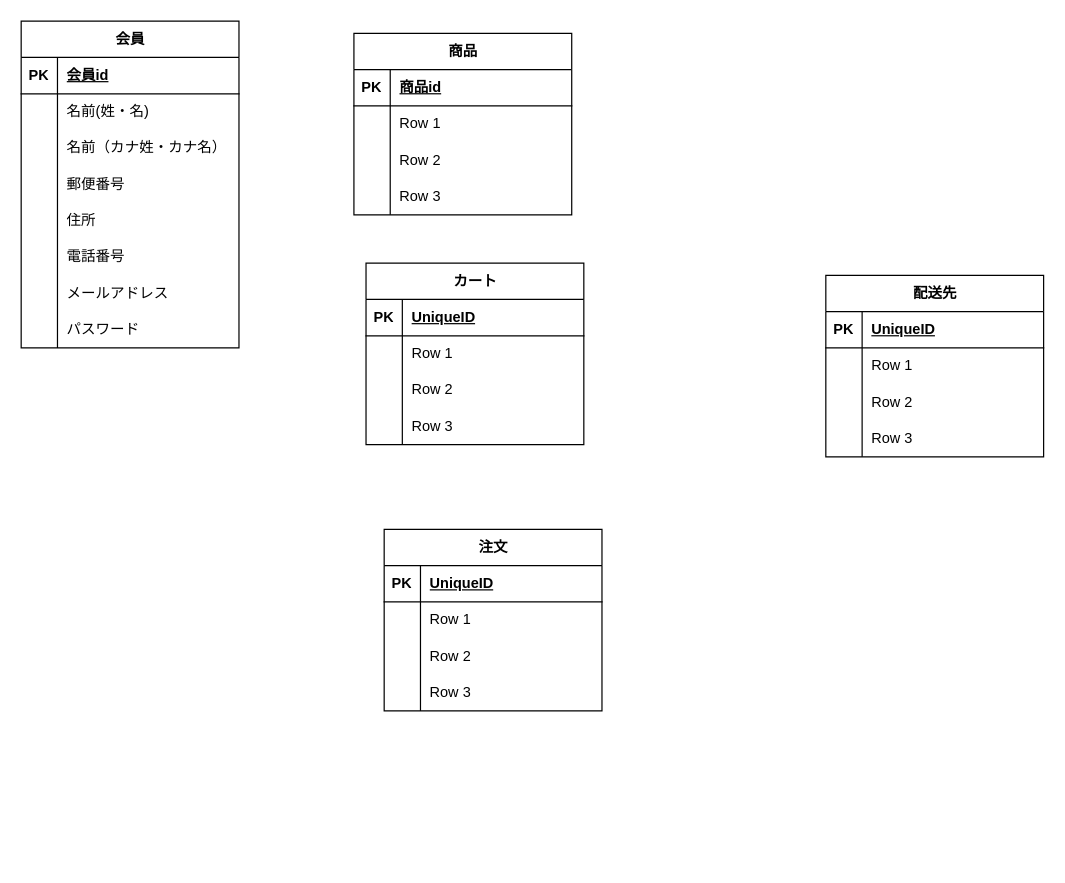
Before: 名称未設定ファイル.drawio in vermouthA28/naganocake, a draw.io diagram. Source tidied: cells renumbered, new cells numbered last; positions are measured from the earlier drawing's top-left corner, leaving out a move shared by most shapes. Both pictures are drawn from the tidied source at 121%, with x=0, y=0 at pixel (21, 21).
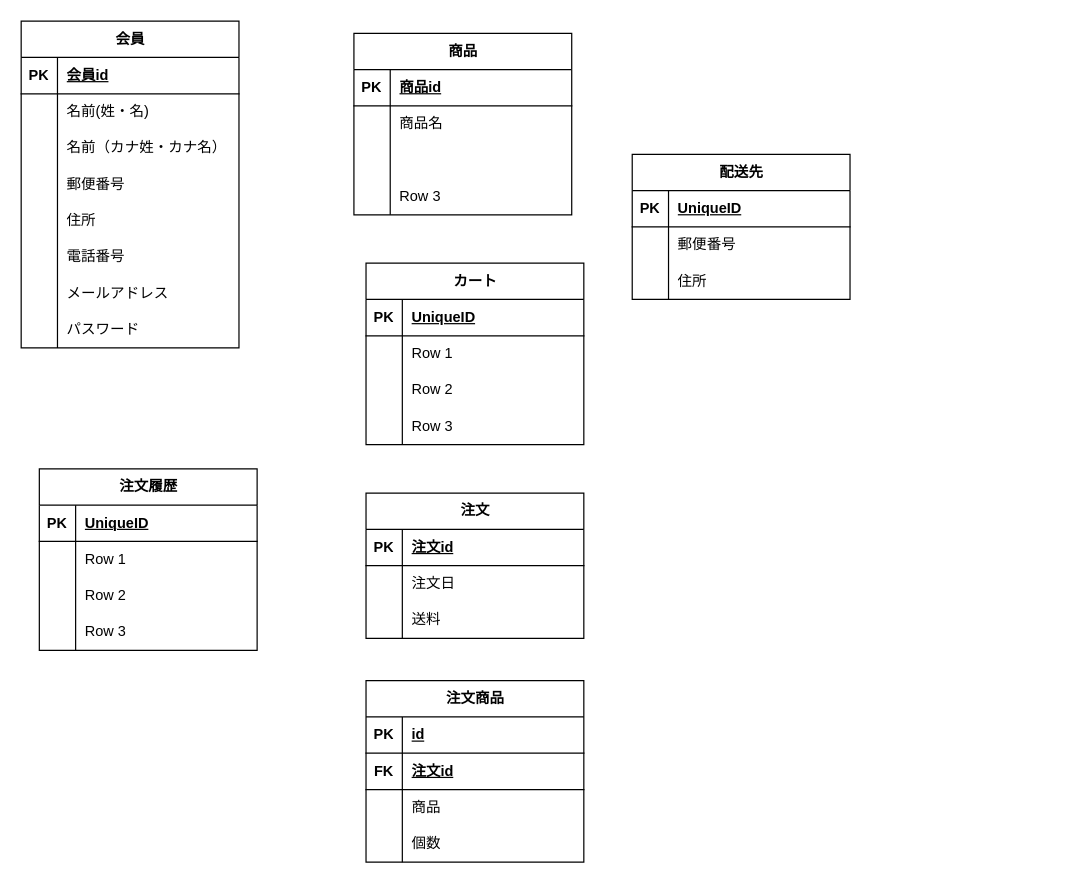
The same page after the edit.

Commit message (it also covers changes not shown here):
名称未設定ファイル.drawio を更新します

Unchanged cells that the change refers to:
```xml
<mxCell id="6" style="shape=tableRow;horizontal=0;startSize=0;swimlaneHead=0;swimlaneBody=0;fillColor=none;top=0;left=0;right=0;bottom=0;" parent="2" vertex="1">
  <mxGeometry y="60" width="180" height="30" as="geometry" />
</mxCell>
<mxCell id="9" style="shape=tableRow;horizontal=0;startSize=0;swimlaneHead=0;swimlaneBody=0;fillColor=none;top=0;left=0;right=0;bottom=0;" parent="2" vertex="1">
  <mxGeometry y="90" width="180" height="30" as="geometry" />
</mxCell>
<mxCell id="29" style="shape=tableRow;horizontal=0;startSize=0;swimlaneHead=0;swimlaneBody=0;fillColor=none;top=0;left=0;right=0;bottom=1;" parent="28" vertex="1">
  <mxGeometry y="30" width="180" height="30" as="geometry" />
</mxCell>
<mxCell id="32" style="shape=tableRow;horizontal=0;startSize=0;swimlaneHead=0;swimlaneBody=0;fillColor=none;top=0;left=0;right=0;bottom=0;" parent="28" vertex="1">
  <mxGeometry y="60" width="180" height="30" as="geometry" />
</mxCell>
<mxCell id="45" style="shape=tableRow;horizontal=0;startSize=0;swimlaneHead=0;swimlaneBody=0;fillColor=none;top=0;left=0;right=0;bottom=0;" parent="41" vertex="1">
  <mxGeometry y="60" width="180" height="30" as="geometry" />
</mxCell>
<mxCell id="48" style="shape=tableRow;horizontal=0;startSize=0;swimlaneHead=0;swimlaneBody=0;fillColor=none;top=0;left=0;right=0;bottom=0;" parent="41" vertex="1">
  <mxGeometry y="90" width="180" height="30" as="geometry" />
</mxCell>
```

Change to the diagram source:
```diff
@@
-    <mxCell id="8" value="Row 1" style="shape=partialRectangle;fillColor=none;top=0;left=0;bottom=0;right=0;align=left;spacingLeft=6;overflow=hidden;whiteSpace=wrap;html=1;" parent="6" vertex="1">
+    <mxCell id="8" value="商品名" style="shape=partialRectangle;fillColor=none;top=0;left=0;bottom=0;right=0;align=left;spacingLeft=6;overflow=hidden;whiteSpace=wrap;html=1;" parent="6" vertex="1">
       <mxGeometry x="30" width="150" height="30" as="geometry" />
     </mxCell>
@@
-    <mxCell id="11" value="Row 2" style="shape=partialRectangle;fillColor=none;top=0;left=0;bottom=0;right=0;align=left;spacingLeft=6;overflow=hidden;whiteSpace=wrap;html=1;" parent="9" vertex="1">
+    <mxCell id="11" style="shape=partialRectangle;fillColor=none;top=0;left=0;bottom=0;right=0;align=left;spacingLeft=6;overflow=hidden;whiteSpace=wrap;html=1;" parent="9" vertex="1">
       <mxGeometry x="30" width="150" height="30" as="geometry" />
     </mxCell>
@@
     <mxCell id="28" value="注文" style="shape=table;startSize=30;childLayout=tableLayout;rowLines=0;fontStyle=1;align=center;html=1;" parent="1" vertex="1">
-      <mxGeometry x="300" y="420" width="180" height="150" as="geometry" />
+      <mxGeometry x="285" y="390" width="180" height="120" as="geometry" />
     </mxCell>
@@
-    <mxCell id="31" value="UniqueID" style="shape=partialRectangle;fillColor=none;top=0;left=0;bottom=0;right=0;align=left;spacingLeft=6;fontStyle=5;overflow=hidden;whiteSpace=wrap;html=1;" parent="29" vertex="1">
+    <mxCell id="31" value="注文id" style="shape=partialRectangle;fillColor=none;top=0;left=0;bottom=0;right=0;align=left;spacingLeft=6;fontStyle=5;overflow=hidden;whiteSpace=wrap;html=1;" parent="29" vertex="1">
       <mxGeometry x="30" width="150" height="30" as="geometry" />
     </mxCell>
@@
-    <mxCell id="34" value="Row 1" style="shape=partialRectangle;fillColor=none;top=0;left=0;bottom=0;right=0;align=left;spacingLeft=6;overflow=hidden;whiteSpace=wrap;html=1;" parent="32" vertex="1">
+    <mxCell id="34" value="注文日" style="shape=partialRectangle;fillColor=none;top=0;left=0;bottom=0;right=0;align=left;spacingLeft=6;overflow=hidden;whiteSpace=wrap;html=1;" parent="32" vertex="1">
       <mxGeometry x="30" width="150" height="30" as="geometry" />
     </mxCell>
-    <mxCell id="35" style="shape=tableRow;horizontal=0;startSize=0;swimlaneHead=0;swimlaneBody=0;fillColor=none;top=0;left=0;right=0;bottom=0;" parent="28" vertex="1">
-      <mxGeometry y="90" width="180" height="30" as="geometry" />
-    </mxCell>
-    <mxCell id="36" style="shape=partialRectangle;fillColor=none;top=0;left=0;bottom=0;right=0;overflow=hidden;whiteSpace=wrap;html=1;" parent="35" vertex="1">
-      <mxGeometry width="30" height="30" as="geometry" />
-    </mxCell>
-    <mxCell id="37" value="Row 2" style="shape=partialRectangle;fillColor=none;top=0;left=0;bottom=0;right=0;align=left;spacingLeft=6;overflow=hidden;whiteSpace=wrap;html=1;" parent="35" vertex="1">
-      <mxGeometry x="30" width="150" height="30" as="geometry" />
-    </mxCell>
-    <mxCell id="38" style="shape=tableRow;horizontal=0;startSize=0;swimlaneHead=0;swimlaneBody=0;fillColor=none;top=0;left=0;right=0;bottom=0;" parent="28" vertex="1">
-      <mxGeometry y="120" width="180" height="30" as="geometry" />
-    </mxCell>
-    <mxCell id="39" style="shape=partialRectangle;fillColor=none;top=0;left=0;bottom=0;right=0;overflow=hidden;whiteSpace=wrap;html=1;" parent="38" vertex="1">
-      <mxGeometry width="30" height="30" as="geometry" />
-    </mxCell>
-    <mxCell id="40" value="Row 3" style="shape=partialRectangle;fillColor=none;top=0;left=0;bottom=0;right=0;align=left;spacingLeft=6;overflow=hidden;whiteSpace=wrap;html=1;" parent="38" vertex="1">
-      <mxGeometry x="30" width="150" height="30" as="geometry" />
-    </mxCell>
+    <mxCell id="79" style="shape=tableRow;horizontal=0;startSize=0;swimlaneHead=0;swimlaneBody=0;fillColor=none;top=0;left=0;right=0;bottom=0;" parent="28" vertex="1">
+      <mxGeometry y="90" width="180" height="30" as="geometry" />
+    </mxCell>
+    <mxCell id="80" style="shape=partialRectangle;fillColor=none;top=0;left=0;bottom=0;right=0;overflow=hidden;whiteSpace=wrap;html=1;" parent="79" vertex="1">
+      <mxGeometry width="30" height="30" as="geometry" />
+    </mxCell>
+    <mxCell id="81" value="送料" style="shape=partialRectangle;fillColor=none;top=0;left=0;bottom=0;right=0;align=left;spacingLeft=6;overflow=hidden;whiteSpace=wrap;html=1;" parent="79" vertex="1">
+      <mxGeometry x="30" width="150" height="30" as="geometry" />
+    </mxCell>
     <mxCell id="41" value="配送先" style="shape=table;startSize=30;childLayout=tableLayout;rowLines=0;fontStyle=1;align=center;html=1;" parent="1" vertex="1">
-      <mxGeometry x="665" y="210" width="180" height="150" as="geometry" />
+      <mxGeometry x="505" y="110" width="180" height="120" as="geometry" />
     </mxCell>
@@
-    <mxCell id="47" value="Row 1" style="shape=partialRectangle;fillColor=none;top=0;left=0;bottom=0;right=0;align=left;spacingLeft=6;overflow=hidden;whiteSpace=wrap;html=1;" parent="45" vertex="1">
+    <mxCell id="47" value="郵便番号" style="shape=partialRectangle;fillColor=none;top=0;left=0;bottom=0;right=0;align=left;spacingLeft=6;overflow=hidden;whiteSpace=wrap;html=1;" parent="45" vertex="1">
       <mxGeometry x="30" width="150" height="30" as="geometry" />
     </mxCell>
@@
-    <mxCell id="50" value="Row 2" style="shape=partialRectangle;fillColor=none;top=0;left=0;bottom=0;right=0;align=left;spacingLeft=6;overflow=hidden;whiteSpace=wrap;html=1;" parent="48" vertex="1">
+    <mxCell id="50" value="住所" style="shape=partialRectangle;fillColor=none;top=0;left=0;bottom=0;right=0;align=left;spacingLeft=6;overflow=hidden;whiteSpace=wrap;html=1;" parent="48" vertex="1">
       <mxGeometry x="30" width="150" height="30" as="geometry" />
     </mxCell>
-    <mxCell id="51" style="shape=tableRow;horizontal=0;startSize=0;swimlaneHead=0;swimlaneBody=0;fillColor=none;top=0;left=0;right=0;bottom=0;" parent="41" vertex="1">
-      <mxGeometry y="120" width="180" height="30" as="geometry" />
-    </mxCell>
-    <mxCell id="52" style="shape=partialRectangle;fillColor=none;top=0;left=0;bottom=0;right=0;overflow=hidden;whiteSpace=wrap;html=1;" parent="51" vertex="1">
-      <mxGeometry width="30" height="30" as="geometry" />
-    </mxCell>
-    <mxCell id="53" value="Row 3" style="shape=partialRectangle;fillColor=none;top=0;left=0;bottom=0;right=0;align=left;spacingLeft=6;overflow=hidden;whiteSpace=wrap;html=1;" parent="51" vertex="1">
-      <mxGeometry x="30" width="150" height="30" as="geometry" />
-    </mxCell>
@@
+    <mxCell id="82" value="注文履歴" style="shape=table;startSize=30;childLayout=tableLayout;rowLines=0;fontStyle=1;align=center;html=1;" parent="1" vertex="1">
+      <mxGeometry x="15" y="370" width="180" height="150" as="geometry" />
+    </mxCell>
+    <mxCell id="83" style="shape=tableRow;horizontal=0;startSize=0;swimlaneHead=0;swimlaneBody=0;fillColor=none;top=0;left=0;right=0;bottom=1;" parent="82" vertex="1">
+      <mxGeometry y="30" width="180" height="30" as="geometry" />
+    </mxCell>
+    <mxCell id="84" value="PK" style="shape=partialRectangle;fillColor=none;top=0;left=0;bottom=0;right=0;fontStyle=1;overflow=hidden;whiteSpace=wrap;html=1;" parent="83" vertex="1">
+      <mxGeometry width="30" height="30" as="geometry" />
+    </mxCell>
+    <mxCell id="85" value="UniqueID" style="shape=partialRectangle;fillColor=none;top=0;left=0;bottom=0;right=0;align=left;spacingLeft=6;fontStyle=5;overflow=hidden;whiteSpace=wrap;html=1;" parent="83" vertex="1">
+      <mxGeometry x="30" width="150" height="30" as="geometry" />
+    </mxCell>
+    <mxCell id="86" style="shape=tableRow;horizontal=0;startSize=0;swimlaneHead=0;swimlaneBody=0;fillColor=none;top=0;left=0;right=0;bottom=0;" parent="82" vertex="1">
+      <mxGeometry y="60" width="180" height="30" as="geometry" />
+    </mxCell>
+    <mxCell id="87" style="shape=partialRectangle;fillColor=none;top=0;left=0;bottom=0;right=0;overflow=hidden;whiteSpace=wrap;html=1;" parent="86" vertex="1">
+      <mxGeometry width="30" height="30" as="geometry" />
+    </mxCell>
+    <mxCell id="88" value="Row 1" style="shape=partialRectangle;fillColor=none;top=0;left=0;bottom=0;right=0;align=left;spacingLeft=6;overflow=hidden;whiteSpace=wrap;html=1;" parent="86" vertex="1">
+      <mxGeometry x="30" width="150" height="30" as="geometry" />
+    </mxCell>
+    <mxCell id="89" style="shape=tableRow;horizontal=0;startSize=0;swimlaneHead=0;swimlaneBody=0;fillColor=none;top=0;left=0;right=0;bottom=0;" parent="82" vertex="1">
+      <mxGeometry y="90" width="180" height="30" as="geometry" />
+    </mxCell>
+    <mxCell id="90" style="shape=partialRectangle;fillColor=none;top=0;left=0;bottom=0;right=0;overflow=hidden;whiteSpace=wrap;html=1;" parent="89" vertex="1">
+      <mxGeometry width="30" height="30" as="geometry" />
+    </mxCell>
+    <mxCell id="37" value="Row 2" style="shape=partialRectangle;fillColor=none;top=0;left=0;bottom=0;right=0;align=left;spacingLeft=6;overflow=hidden;whiteSpace=wrap;html=1;" parent="89" vertex="1">
+      <mxGeometry x="30" width="150" height="30" as="geometry" />
+    </mxCell>
+    <mxCell id="91" style="shape=tableRow;horizontal=0;startSize=0;swimlaneHead=0;swimlaneBody=0;fillColor=none;top=0;left=0;right=0;bottom=0;" parent="82" vertex="1">
+      <mxGeometry y="120" width="180" height="30" as="geometry" />
+    </mxCell>
+    <mxCell id="92" style="shape=partialRectangle;fillColor=none;top=0;left=0;bottom=0;right=0;overflow=hidden;whiteSpace=wrap;html=1;" parent="91" vertex="1">
+      <mxGeometry width="30" height="30" as="geometry" />
+    </mxCell>
+    <mxCell id="93" value="Row 3" style="shape=partialRectangle;fillColor=none;top=0;left=0;bottom=0;right=0;align=left;spacingLeft=6;overflow=hidden;whiteSpace=wrap;html=1;" parent="91" vertex="1">
+      <mxGeometry x="30" width="150" height="30" as="geometry" />
+    </mxCell>
+    <mxCell id="94" value="注文商品" style="shape=table;startSize=30;childLayout=tableLayout;rowLines=0;fontStyle=1;align=center;html=1;" parent="1" vertex="1">
+      <mxGeometry x="285" y="545" width="180" height="150" as="geometry" />
+    </mxCell>
+    <mxCell id="95" style="shape=tableRow;horizontal=0;startSize=0;swimlaneHead=0;swimlaneBody=0;fillColor=none;top=0;left=0;right=0;bottom=1;" parent="94" vertex="1">
+      <mxGeometry y="30" width="180" height="30" as="geometry" />
+    </mxCell>
+    <mxCell id="96" value="PK" style="shape=partialRectangle;fillColor=none;top=0;left=0;bottom=0;right=0;fontStyle=1;overflow=hidden;whiteSpace=wrap;html=1;" parent="95" vertex="1">
+      <mxGeometry width="30" height="30" as="geometry" />
+    </mxCell>
+    <mxCell id="97" value="id" style="shape=partialRectangle;fillColor=none;top=0;left=0;bottom=0;right=0;align=left;spacingLeft=6;fontStyle=5;overflow=hidden;whiteSpace=wrap;html=1;" parent="95" vertex="1">
+      <mxGeometry x="30" width="150" height="30" as="geometry" />
+    </mxCell>
+    <mxCell id="98" style="shape=tableRow;horizontal=0;startSize=0;swimlaneHead=0;swimlaneBody=0;fillColor=none;top=0;left=0;right=0;bottom=1;" parent="94" vertex="1">
+      <mxGeometry y="60" width="180" height="30" as="geometry" />
+    </mxCell>
+    <mxCell id="99" value="FK" style="shape=partialRectangle;fillColor=none;top=0;left=0;bottom=0;right=0;fontStyle=1;overflow=hidden;whiteSpace=wrap;html=1;" parent="98" vertex="1">
+      <mxGeometry width="30" height="30" as="geometry" />
+    </mxCell>
+    <mxCell id="100" value="注文id" style="shape=partialRectangle;fillColor=none;top=0;left=0;bottom=0;right=0;align=left;spacingLeft=6;fontStyle=5;overflow=hidden;whiteSpace=wrap;html=1;" parent="98" vertex="1">
+      <mxGeometry x="30" width="150" height="30" as="geometry" />
+    </mxCell>
+    <mxCell id="101" style="shape=tableRow;horizontal=0;startSize=0;swimlaneHead=0;swimlaneBody=0;fillColor=none;top=0;left=0;right=0;bottom=0;" parent="94" vertex="1">
+      <mxGeometry y="90" width="180" height="30" as="geometry" />
+    </mxCell>
+    <mxCell id="102" style="shape=partialRectangle;fillColor=none;top=0;left=0;bottom=0;right=0;overflow=hidden;whiteSpace=wrap;html=1;" parent="101" vertex="1">
+      <mxGeometry width="30" height="30" as="geometry" />
+    </mxCell>
+    <mxCell id="103" value="商品" style="shape=partialRectangle;fillColor=none;top=0;left=0;bottom=0;right=0;align=left;spacingLeft=6;overflow=hidden;whiteSpace=wrap;html=1;" parent="101" vertex="1">
+      <mxGeometry x="30" width="150" height="30" as="geometry" />
+    </mxCell>
+    <mxCell id="104" style="shape=tableRow;horizontal=0;startSize=0;swimlaneHead=0;swimlaneBody=0;fillColor=none;top=0;left=0;right=0;bottom=0;" parent="94" vertex="1">
+      <mxGeometry y="120" width="180" height="30" as="geometry" />
+    </mxCell>
+    <mxCell id="105" style="shape=partialRectangle;fillColor=none;top=0;left=0;bottom=0;right=0;overflow=hidden;whiteSpace=wrap;html=1;" parent="104" vertex="1">
+      <mxGeometry width="30" height="30" as="geometry" />
+    </mxCell>
+    <mxCell id="106" value="個数" style="shape=partialRectangle;fillColor=none;top=0;left=0;bottom=0;right=0;align=left;spacingLeft=6;overflow=hidden;whiteSpace=wrap;html=1;" parent="104" vertex="1">
+      <mxGeometry x="30" width="150" height="30" as="geometry" />
+    </mxCell>
```
